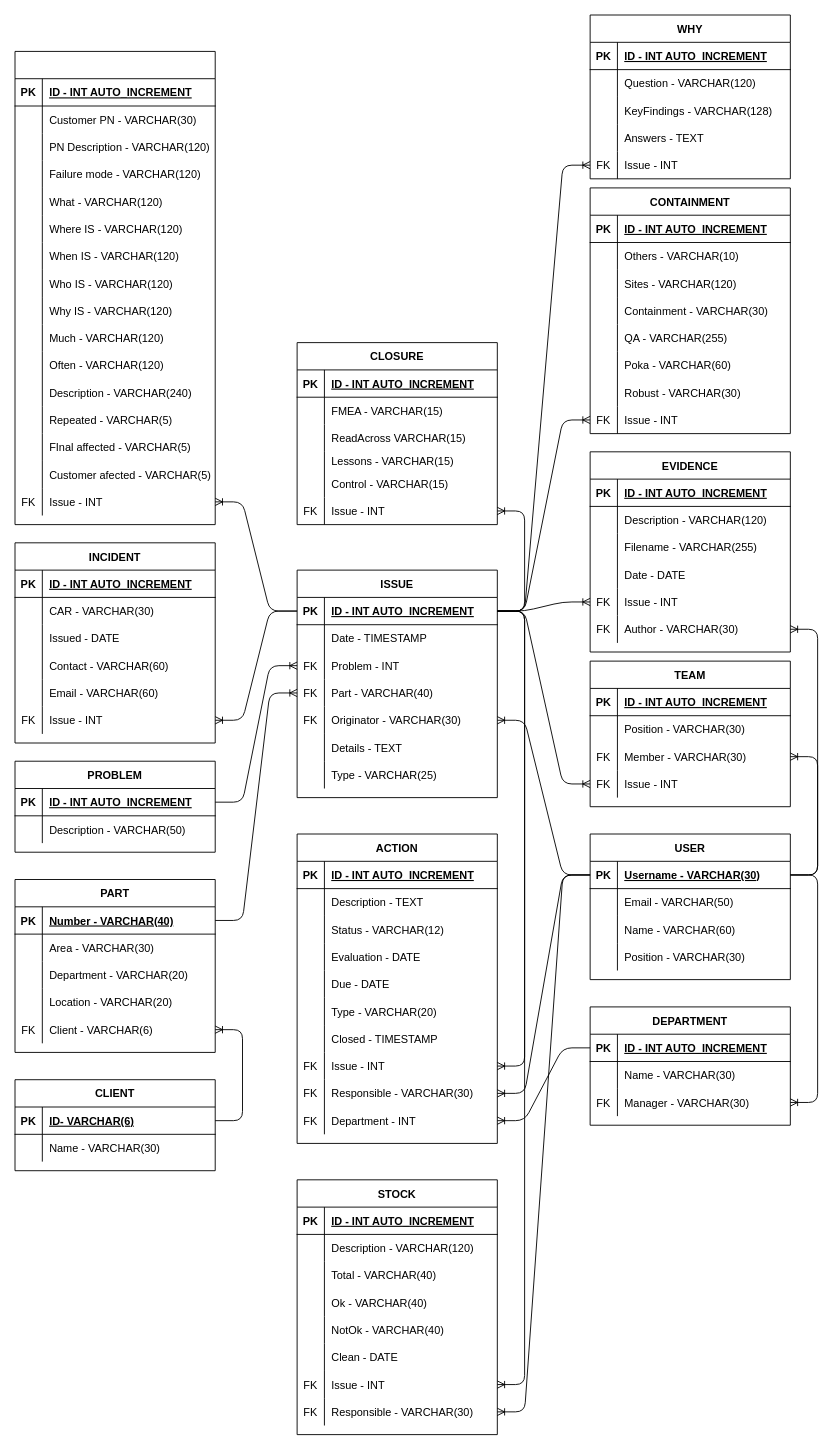
The draw.io diagram api/db/model/TableDiagram.drawio in FFahrenheit/ScrapActionListAPI, before the edit. Source tidied: cells renumbered, new cells numbered last; positions are measured from the earlier drawing's top-left corner, leaving out a move shared by most shapes. Both pictures are drawn from the tidied source at 91%, with x=0, y=0 at pixel (15, 15).
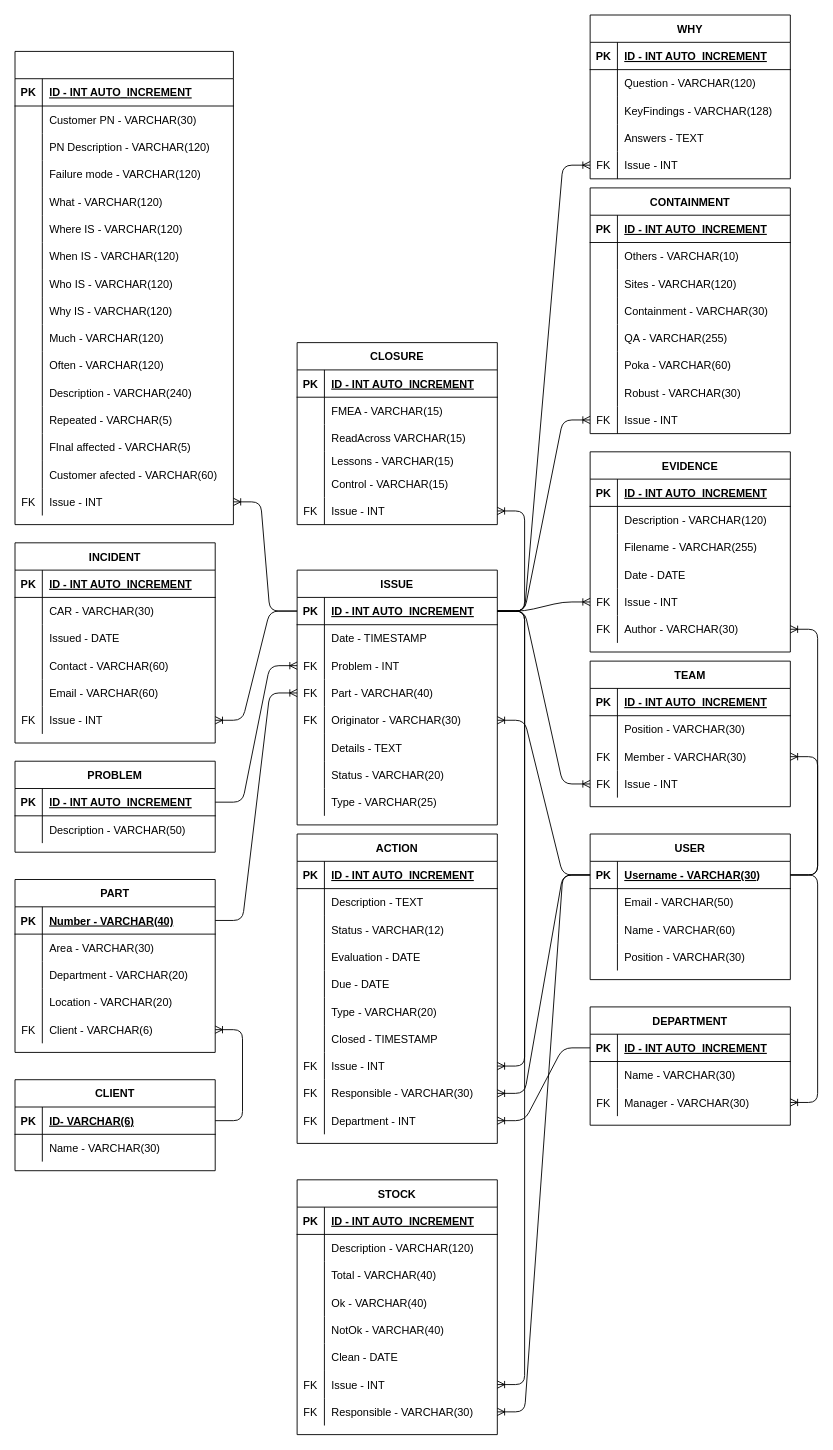
Above is the later version.

Diff of the diagram source:
```diff
@@
     <mxCell id="32" value="ISSUE" style="shape=table;startSize=30;childLayout=tableLayout;rowLines=0;fontStyle=1;align=center;" parent="1" vertex="1">
-      <mxGeometry x="310" y="610" width="220" height="250" as="geometry" />
+      <mxGeometry x="310" y="610" width="220" height="280" as="geometry" />
     </mxCell>
@@
+    <mxCell id="312" style="shape=partialRectangle;fillColor=none;top=0;left=0;bottom=0;right=0;" parent="32" vertex="1">
+      <mxGeometry y="210" width="220" height="30" as="geometry" />
+    </mxCell>
+    <mxCell id="313" style="shape=partialRectangle;fillColor=none;top=0;left=0;bottom=0;right=0;overflow=hidden;" parent="312" vertex="1">
+      <mxGeometry width="30" height="30" as="geometry" />
+    </mxCell>
+    <mxCell id="314" value="Status - VARCHAR(20)" style="shape=partialRectangle;fillColor=none;top=0;left=0;bottom=0;right=0;align=left;spacingLeft=6;overflow=hidden;" parent="312" vertex="1">
+      <mxGeometry x="30" width="190" height="30" as="geometry" />
+    </mxCell>
     <mxCell id="51" style="shape=partialRectangle;fillColor=none;top=0;left=0;bottom=0;right=0;" parent="32" vertex="1">
-      <mxGeometry y="210" width="220" height="30" as="geometry" />
+      <mxGeometry y="240" width="220" height="30" as="geometry" />
     </mxCell>
@@
     <mxCell id="151" style="shape=table;startSize=30;childLayout=tableLayout;rowLines=0;fontStyle=1;align=center;" parent="1" vertex="1">
-      <mxGeometry y="40" width="220" height="520" as="geometry" />
+      <mxGeometry y="40" width="240" height="520" as="geometry" />
     </mxCell>
     <mxCell id="152" style="shape=partialRectangle;fillColor=none;top=0;left=0;bottom=1;right=0;" parent="151" vertex="1">
-      <mxGeometry y="30" width="220" height="30" as="geometry" />
+      <mxGeometry y="30" width="240" height="30" as="geometry" />
     </mxCell>
@@
     <mxCell id="154" value="ID - INT AUTO_INCREMENT" style="shape=partialRectangle;fillColor=none;top=0;left=0;bottom=0;right=0;align=left;spacingLeft=6;fontStyle=5;overflow=hidden;" parent="152" vertex="1">
-      <mxGeometry x="30" width="190" height="30" as="geometry" />
+      <mxGeometry x="30" width="210" height="30" as="geometry" />
     </mxCell>
     <mxCell id="155" style="shape=partialRectangle;fillColor=none;top=0;left=0;bottom=0;right=0;" parent="151" vertex="1">
-      <mxGeometry y="60" width="220" height="30" as="geometry" />
+      <mxGeometry y="60" width="240" height="30" as="geometry" />
     </mxCell>
@@
     <mxCell id="157" value="Customer PN - VARCHAR(30)" style="shape=partialRectangle;fillColor=none;top=0;left=0;bottom=0;right=0;align=left;spacingLeft=6;overflow=hidden;" parent="155" vertex="1">
-      <mxGeometry x="30" width="190" height="30" as="geometry" />
+      <mxGeometry x="30" width="210" height="30" as="geometry" />
     </mxCell>
     <mxCell id="158" style="shape=partialRectangle;fillColor=none;top=0;left=0;bottom=0;right=0;" parent="151" vertex="1">
-      <mxGeometry y="90" width="220" height="30" as="geometry" />
+      <mxGeometry y="90" width="240" height="30" as="geometry" />
     </mxCell>
@@
     <mxCell id="160" value="PN Description - VARCHAR(120)" style="shape=partialRectangle;fillColor=none;top=0;left=0;bottom=0;right=0;align=left;spacingLeft=6;fontStyle=0;overflow=hidden;" parent="158" vertex="1">
-      <mxGeometry x="30" width="190" height="30" as="geometry" />
+      <mxGeometry x="30" width="210" height="30" as="geometry" />
     </mxCell>
     <mxCell id="161" style="shape=partialRectangle;fillColor=none;top=0;left=0;bottom=0;right=0;" parent="151" vertex="1">
-      <mxGeometry y="120" width="220" height="30" as="geometry" />
+      <mxGeometry y="120" width="240" height="30" as="geometry" />
     </mxCell>
@@
     <mxCell id="163" value="Failure mode - VARCHAR(120)" style="shape=partialRectangle;fillColor=none;top=0;left=0;bottom=0;right=0;align=left;spacingLeft=6;fontStyle=0;overflow=hidden;" parent="161" vertex="1">
-      <mxGeometry x="30" width="190" height="30" as="geometry" />
+      <mxGeometry x="30" width="210" height="30" as="geometry" />
     </mxCell>
     <mxCell id="164" style="shape=partialRectangle;fillColor=none;top=0;left=0;bottom=0;right=0;" parent="151" vertex="1">
-      <mxGeometry y="150" width="220" height="30" as="geometry" />
+      <mxGeometry y="150" width="240" height="30" as="geometry" />
     </mxCell>
@@
     <mxCell id="166" value="What - VARCHAR(120)" style="shape=partialRectangle;fillColor=none;top=0;left=0;bottom=0;right=0;align=left;spacingLeft=6;overflow=hidden;" parent="164" vertex="1">
-      <mxGeometry x="30" width="190" height="30" as="geometry" />
+      <mxGeometry x="30" width="210" height="30" as="geometry" />
     </mxCell>
     <mxCell id="167" style="shape=partialRectangle;fillColor=none;top=0;left=0;bottom=0;right=0;" parent="151" vertex="1">
-      <mxGeometry y="180" width="220" height="30" as="geometry" />
+      <mxGeometry y="180" width="240" height="30" as="geometry" />
     </mxCell>
@@
     <mxCell id="169" value="Where IS - VARCHAR(120)" style="shape=partialRectangle;fillColor=none;top=0;left=0;bottom=0;right=0;align=left;spacingLeft=6;overflow=hidden;" parent="167" vertex="1">
-      <mxGeometry x="30" width="190" height="30" as="geometry" />
+      <mxGeometry x="30" width="210" height="30" as="geometry" />
     </mxCell>
     <mxCell id="170" style="shape=partialRectangle;fillColor=none;top=0;left=0;bottom=0;right=0;" parent="151" vertex="1">
-      <mxGeometry y="210" width="220" height="30" as="geometry" />
+      <mxGeometry y="210" width="240" height="30" as="geometry" />
     </mxCell>
@@
     <mxCell id="172" value="When IS - VARCHAR(120)" style="shape=partialRectangle;fillColor=none;top=0;left=0;bottom=0;right=0;align=left;spacingLeft=6;overflow=hidden;" parent="170" vertex="1">
-      <mxGeometry x="30" width="190" height="30" as="geometry" />
+      <mxGeometry x="30" width="210" height="30" as="geometry" />
     </mxCell>
     <mxCell id="173" style="shape=partialRectangle;fillColor=none;top=0;left=0;bottom=0;right=0;" parent="151" vertex="1">
-      <mxGeometry y="240" width="220" height="30" as="geometry" />
+      <mxGeometry y="240" width="240" height="30" as="geometry" />
     </mxCell>
@@
     <mxCell id="175" value="Who IS - VARCHAR(120)" style="shape=partialRectangle;fillColor=none;top=0;left=0;bottom=0;right=0;align=left;spacingLeft=6;overflow=hidden;" parent="173" vertex="1">
-      <mxGeometry x="30" width="190" height="30" as="geometry" />
+      <mxGeometry x="30" width="210" height="30" as="geometry" />
     </mxCell>
     <mxCell id="176" style="shape=partialRectangle;fillColor=none;top=0;left=0;bottom=0;right=0;" parent="151" vertex="1">
-      <mxGeometry y="270" width="220" height="30" as="geometry" />
+      <mxGeometry y="270" width="240" height="30" as="geometry" />
     </mxCell>
@@
     <mxCell id="178" value="Why IS - VARCHAR(120)" style="shape=partialRectangle;fillColor=none;top=0;left=0;bottom=0;right=0;align=left;spacingLeft=6;overflow=hidden;" parent="176" vertex="1">
-      <mxGeometry x="30" width="190" height="30" as="geometry" />
+      <mxGeometry x="30" width="210" height="30" as="geometry" />
     </mxCell>
     <mxCell id="179" style="shape=partialRectangle;fillColor=none;top=0;left=0;bottom=0;right=0;" parent="151" vertex="1">
-      <mxGeometry y="300" width="220" height="30" as="geometry" />
+      <mxGeometry y="300" width="240" height="30" as="geometry" />
     </mxCell>
@@
     <mxCell id="181" value="Much - VARCHAR(120)" style="shape=partialRectangle;fillColor=none;top=0;left=0;bottom=0;right=0;align=left;spacingLeft=6;overflow=hidden;" parent="179" vertex="1">
-      <mxGeometry x="30" width="190" height="30" as="geometry" />
+      <mxGeometry x="30" width="210" height="30" as="geometry" />
     </mxCell>
     <mxCell id="182" style="shape=partialRectangle;fillColor=none;top=0;left=0;bottom=0;right=0;" parent="151" vertex="1">
-      <mxGeometry y="330" width="220" height="30" as="geometry" />
+      <mxGeometry y="330" width="240" height="30" as="geometry" />
     </mxCell>
@@
     <mxCell id="184" value="Often - VARCHAR(120)" style="shape=partialRectangle;fillColor=none;top=0;left=0;bottom=0;right=0;align=left;spacingLeft=6;overflow=hidden;" parent="182" vertex="1">
-      <mxGeometry x="30" width="190" height="30" as="geometry" />
+      <mxGeometry x="30" width="210" height="30" as="geometry" />
     </mxCell>
     <mxCell id="185" style="shape=partialRectangle;fillColor=none;top=0;left=0;bottom=0;right=0;" parent="151" vertex="1">
-      <mxGeometry y="360" width="220" height="30" as="geometry" />
+      <mxGeometry y="360" width="240" height="30" as="geometry" />
     </mxCell>
@@
     <mxCell id="187" value="Description - VARCHAR(240)" style="shape=partialRectangle;fillColor=none;top=0;left=0;bottom=0;right=0;align=left;spacingLeft=6;overflow=hidden;" parent="185" vertex="1">
-      <mxGeometry x="30" width="190" height="30" as="geometry" />
+      <mxGeometry x="30" width="210" height="30" as="geometry" />
     </mxCell>
     <mxCell id="188" style="shape=partialRectangle;fillColor=none;top=0;left=0;bottom=0;right=0;" parent="151" vertex="1">
-      <mxGeometry y="390" width="220" height="30" as="geometry" />
+      <mxGeometry y="390" width="240" height="30" as="geometry" />
     </mxCell>
@@
     <mxCell id="190" value="Repeated - VARCHAR(5)" style="shape=partialRectangle;fillColor=none;top=0;left=0;bottom=0;right=0;align=left;spacingLeft=6;overflow=hidden;" parent="188" vertex="1">
-      <mxGeometry x="30" width="190" height="30" as="geometry" />
+      <mxGeometry x="30" width="210" height="30" as="geometry" />
     </mxCell>
     <mxCell id="191" style="shape=partialRectangle;fillColor=none;top=0;left=0;bottom=0;right=0;" parent="151" vertex="1">
-      <mxGeometry y="420" width="220" height="30" as="geometry" />
+      <mxGeometry y="420" width="240" height="30" as="geometry" />
     </mxCell>
@@
     <mxCell id="193" value="FInal affected - VARCHAR(5)" style="shape=partialRectangle;fillColor=none;top=0;left=0;bottom=0;right=0;align=left;spacingLeft=6;overflow=hidden;" parent="191" vertex="1">
-      <mxGeometry x="30" width="190" height="30" as="geometry" />
+      <mxGeometry x="30" width="210" height="30" as="geometry" />
     </mxCell>
     <mxCell id="194" style="shape=partialRectangle;fillColor=none;top=0;left=0;bottom=0;right=0;" parent="151" vertex="1">
-      <mxGeometry y="450" width="220" height="30" as="geometry" />
+      <mxGeometry y="450" width="240" height="30" as="geometry" />
     </mxCell>
@@
-    <mxCell id="196" value="Customer afected - VARCHAR(5)" style="shape=partialRectangle;fillColor=none;top=0;left=0;bottom=0;right=0;align=left;spacingLeft=6;overflow=hidden;" parent="194" vertex="1">
-      <mxGeometry x="30" width="190" height="30" as="geometry" />
+    <mxCell id="196" value="Customer afected - VARCHAR(60)" style="shape=partialRectangle;fillColor=none;top=0;left=0;bottom=0;right=0;align=left;spacingLeft=6;overflow=hidden;" parent="194" vertex="1">
+      <mxGeometry x="30" width="210" height="30" as="geometry" />
     </mxCell>
     <mxCell id="197" style="shape=partialRectangle;fillColor=none;top=0;left=0;bottom=0;right=0;points=[[0,0.5],[1,0.5]];portConstraint=eastwest;" parent="151" vertex="1">
-      <mxGeometry y="480" width="220" height="30" as="geometry" />
+      <mxGeometry y="480" width="240" height="30" as="geometry" />
     </mxCell>
@@
     <mxCell id="199" value="Issue - INT" style="shape=partialRectangle;fillColor=none;top=0;left=0;bottom=0;right=0;align=left;spacingLeft=6;fontStyle=0;overflow=hidden;" parent="197" vertex="1">
-      <mxGeometry x="30" width="190" height="30" as="geometry" />
+      <mxGeometry x="30" width="210" height="30" as="geometry" />
     </mxCell>
```
